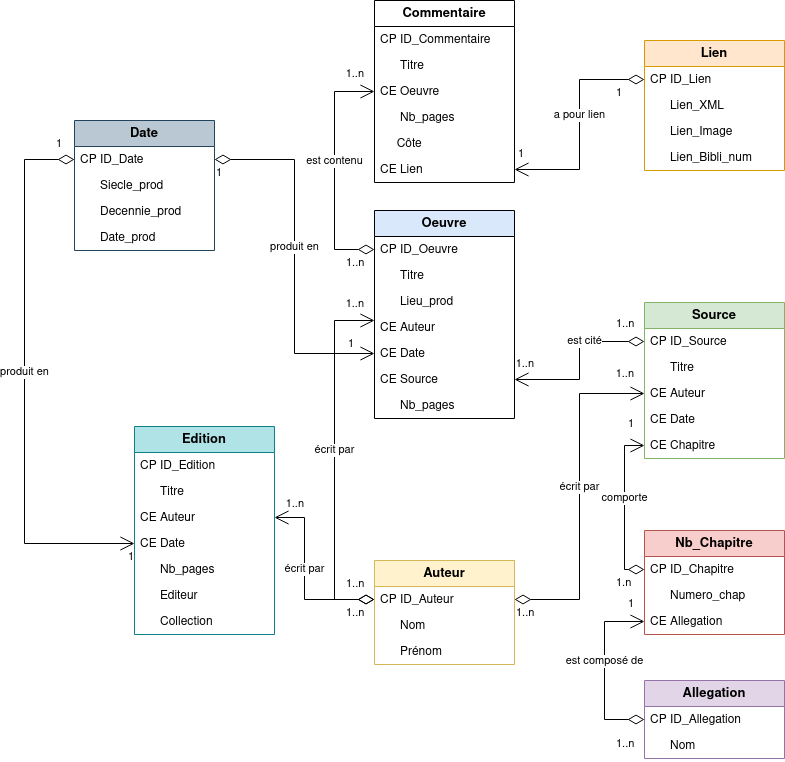
The draw.io diagram Base_de_donnees.drawio.png in TitouanCiSaMe/Data_Base, before a commit. Source tidied: cells renumbered, new cells last; positions are measured from the earlier drawing's top-left corner, leaving out a move shared by most shapes.
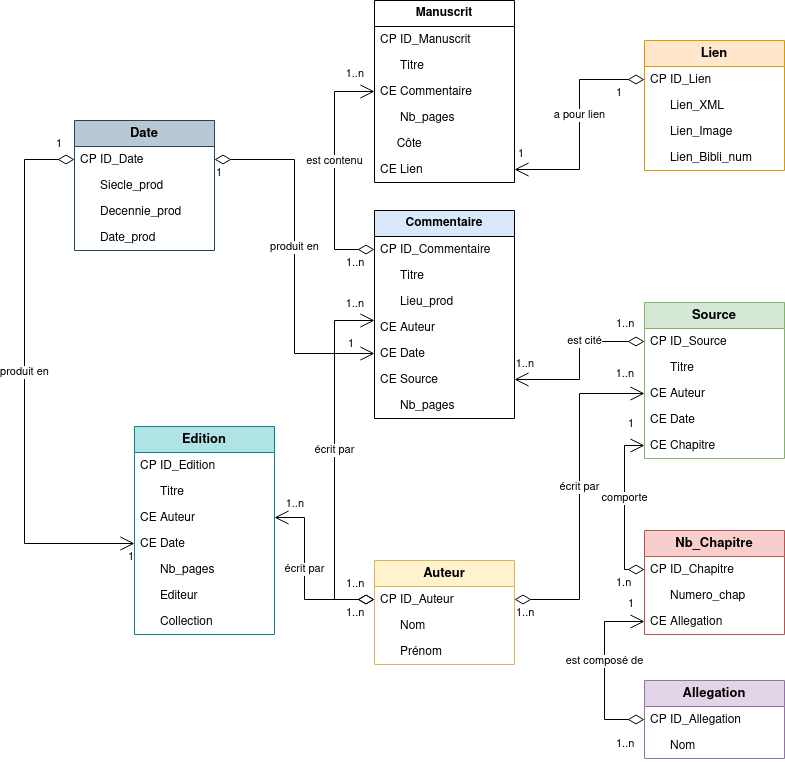
After the commit.

Commit message:
Mettre à jour Base_de_donnees.drawio.png

What changed in the source:
```diff
@@ -2,16 +2,16 @@
   <root>
     <mxCell id="0" />
     <mxCell id="1" parent="0" />
-    <mxCell id="2" value="&lt;font style=&quot;font-size: 13px;&quot;&gt;&lt;b&gt;Commentaire&lt;/b&gt;&lt;/font&gt;" style="swimlane;fontStyle=0;horizontal=1;startSize=26;whiteSpace=wrap;html=1;" parent="1" vertex="1">
+    <mxCell id="2" value="&lt;b&gt;Manuscrit&lt;/b&gt;" style="swimlane;fontStyle=0;horizontal=1;startSize=26;whiteSpace=wrap;html=1;" parent="1" vertex="1">
       <mxGeometry x="350" width="140" height="182" as="geometry" />
     </mxCell>
-    <mxCell id="3" value="CP ID_Commentaire" style="text;strokeColor=none;fillColor=none;align=left;verticalAlign=top;spacingLeft=4;spacingRight=4;overflow=hidden;whiteSpace=wrap;html=1;" parent="2" vertex="1">
+    <mxCell id="3" value="CP ID_Manuscrit" style="text;strokeColor=none;fillColor=none;align=left;verticalAlign=top;spacingLeft=4;spacingRight=4;overflow=hidden;whiteSpace=wrap;html=1;" parent="2" vertex="1">
       <mxGeometry y="26" width="140" height="26" as="geometry" />
     </mxCell>
     <mxCell id="4" value="&amp;nbsp;&amp;nbsp;&amp;nbsp;&amp;nbsp;&amp;nbsp; Titre" style="text;strokeColor=none;fillColor=none;align=left;verticalAlign=top;spacingLeft=4;spacingRight=4;overflow=hidden;whiteSpace=wrap;html=1;" parent="2" vertex="1">
       <mxGeometry y="52" width="140" height="26" as="geometry" />
     </mxCell>
-    <mxCell id="5" value="&lt;div&gt;CE Oeuvre&lt;/div&gt;" style="text;strokeColor=none;fillColor=none;align=left;verticalAlign=top;spacingLeft=4;spacingRight=4;overflow=hidden;points=[[0,0.5],[1,0.5]];portConstraint=eastwest;whiteSpace=wrap;html=1;" parent="2" vertex="1">
+    <mxCell id="5" value="&lt;div&gt;CE Commentaire&lt;br&gt;&lt;/div&gt;" style="text;strokeColor=none;fillColor=none;align=left;verticalAlign=top;spacingLeft=4;spacingRight=4;overflow=hidden;points=[[0,0.5],[1,0.5]];portConstraint=eastwest;whiteSpace=wrap;html=1;" parent="2" vertex="1">
       <mxGeometry y="78" width="140" height="26" as="geometry" />
     </mxCell>
     <mxCell id="6" value="&amp;nbsp;&amp;nbsp;&amp;nbsp;&amp;nbsp;&amp;nbsp; Nb_pages" style="text;strokeColor=none;fillColor=none;align=left;verticalAlign=top;spacingLeft=4;spacingRight=4;overflow=hidden;whiteSpace=wrap;html=1;" parent="2" vertex="1">
@@ -128,10 +128,10 @@
     <mxCell id="43" value="CE Chapitre" style="text;strokeColor=none;fillColor=none;align=left;verticalAlign=top;spacingLeft=4;spacingRight=4;overflow=hidden;points=[[0,0.5],[1,0.5]];portConstraint=eastwest;whiteSpace=wrap;html=1;" parent="38" vertex="1">
       <mxGeometry y="130" width="140" height="26" as="geometry" />
     </mxCell>
-    <mxCell id="44" value="&lt;b&gt;&lt;font style=&quot;font-size: 13px;&quot;&gt;Oeuvre&lt;/font&gt;&lt;/b&gt;" style="swimlane;fontStyle=0;horizontal=1;startSize=26;fillColor=#dae8fc;whiteSpace=wrap;html=1;strokeColor=default;swimlaneLine=1;rounded=0;shadow=0;" parent="1" vertex="1">
+    <mxCell id="44" value="&lt;b&gt;Commentaire&lt;/b&gt;" style="swimlane;fontStyle=0;horizontal=1;startSize=26;fillColor=#dae8fc;whiteSpace=wrap;html=1;strokeColor=default;swimlaneLine=1;rounded=0;shadow=0;" parent="1" vertex="1">
       <mxGeometry x="350" y="210" width="140" height="208" as="geometry" />
     </mxCell>
-    <mxCell id="45" value="CP ID_Oeuvre" style="text;strokeColor=none;fillColor=none;align=left;verticalAlign=top;spacingLeft=4;spacingRight=4;overflow=hidden;points=[[0,0.5],[1,0.5]];portConstraint=eastwest;whiteSpace=wrap;html=1;" parent="44" vertex="1">
+    <mxCell id="45" value="CP ID_Commentaire" style="text;strokeColor=none;fillColor=none;align=left;verticalAlign=top;spacingLeft=4;spacingRight=4;overflow=hidden;points=[[0,0.5],[1,0.5]];portConstraint=eastwest;whiteSpace=wrap;html=1;" parent="44" vertex="1">
       <mxGeometry y="26" width="140" height="26" as="geometry" />
     </mxCell>
     <mxCell id="46" value="&amp;nbsp;&amp;nbsp;&amp;nbsp;&amp;nbsp;&amp;nbsp; Titre" style="text;strokeColor=none;fillColor=none;align=left;verticalAlign=top;spacingLeft=4;spacingRight=4;overflow=hidden;whiteSpace=wrap;html=1;" parent="44" vertex="1">
```
